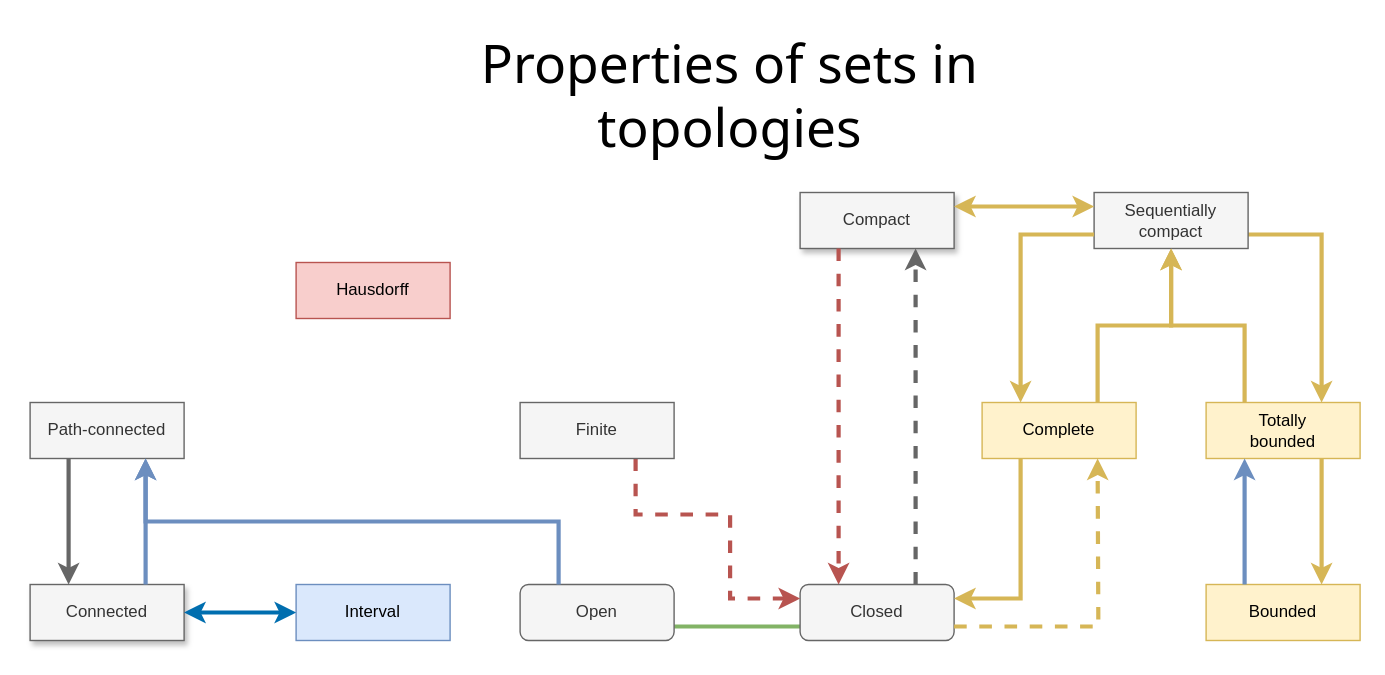
This is Properties of sets in topologies.drawio from ZackNoyes/topology, a draw.io file, before an edit. Source tidied: cells renumbered, new cells numbered last; positions are measured from the earlier drawing's top-left corner, leaving out a move shared by most shapes. Both pictures are drawn from the tidied source at 140%, with x=0, y=0 at pixel (29, 24).
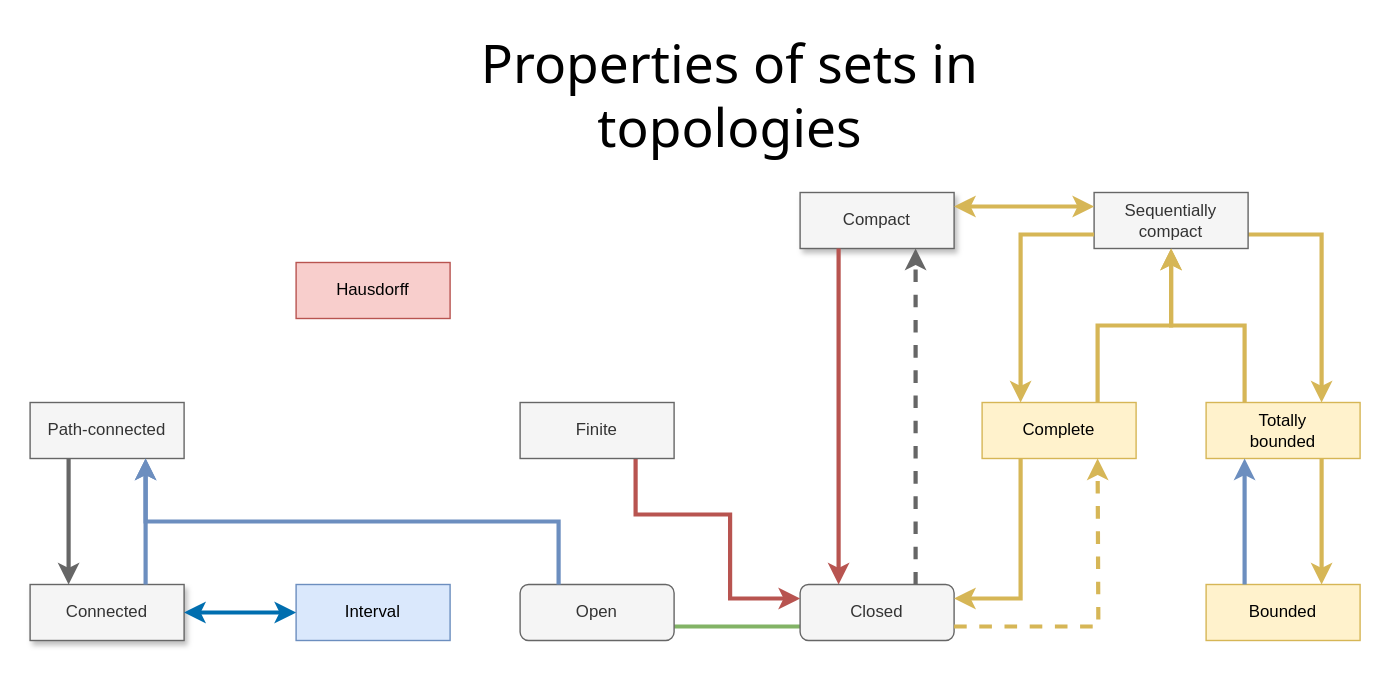
After the change.

Unchanged cells that the change refers to:
```xml
<mxCell id="5" value="Closed" style="rounded=1;whiteSpace=wrap;html=1;fillColor=#f5f5f5;fontColor=#333333;strokeColor=#666666;" parent="1" vertex="1">
  <mxGeometry x="550" y="400" width="110" height="40" as="geometry" />
</mxCell>
<mxCell id="11" value="Compact" style="rounded=0;whiteSpace=wrap;html=1;fillColor=#f5f5f5;fontColor=#333333;strokeColor=#666666;shadow=1;" parent="1" vertex="1">
  <mxGeometry x="550" y="120" width="110" height="40" as="geometry" />
</mxCell>
<mxCell id="22" value="Finite" style="rounded=0;whiteSpace=wrap;html=1;fillColor=#f5f5f5;fontColor=#333333;strokeColor=#666666;" parent="1" vertex="1">
  <mxGeometry x="350" y="270" width="110" height="40" as="geometry" />
</mxCell>
```

Change to the diagram source:
```diff
@@
-    <mxCell id="21" style="edgeStyle=orthogonalEdgeStyle;rounded=0;jettySize=auto;html=1;exitX=0.75;exitY=1;exitDx=0;exitDy=0;entryX=0;entryY=0.25;entryDx=0;entryDy=0;dashed=1;fontSize=11;startArrow=none;startFill=0;endArrow=classic;endFill=1;strokeWidth=3;fillColor=#f8cecc;strokeColor=#b85450;" parent="1" edge="1" source="22" target="5">
+    <mxCell id="21" style="edgeStyle=orthogonalEdgeStyle;rounded=0;jettySize=auto;html=1;exitX=0.75;exitY=1;exitDx=0;exitDy=0;entryX=0;entryY=0.25;entryDx=0;entryDy=0;fontSize=11;startArrow=none;startFill=0;endArrow=classic;endFill=1;strokeWidth=3;fillColor=#f8cecc;strokeColor=#b85450;" parent="1" edge="1" source="22" target="5">
       <mxGeometry relative="1" as="geometry">
         <Array as="points">
           <mxPoint x="433" y="350" />
           <mxPoint x="500" y="350" />
           <mxPoint x="500" y="410" />
         </Array>
       </mxGeometry>
     </mxCell>
@@
-    <mxCell id="24" style="edgeStyle=orthogonalEdgeStyle;rounded=0;jettySize=auto;html=1;exitX=0.25;exitY=1;exitDx=0;exitDy=0;entryX=0.25;entryY=0;entryDx=0;entryDy=0;dashed=1;fontSize=11;startArrow=none;startFill=0;endArrow=classic;endFill=1;strokeWidth=3;fillColor=#f8cecc;strokeColor=#b85450;" parent="1" edge="1" source="11" target="5">
+    <mxCell id="24" style="edgeStyle=orthogonalEdgeStyle;rounded=0;jettySize=auto;html=1;exitX=0.25;exitY=1;exitDx=0;exitDy=0;entryX=0.25;entryY=0;entryDx=0;entryDy=0;fontSize=11;startArrow=none;startFill=0;endArrow=classic;endFill=1;strokeWidth=3;fillColor=#f8cecc;strokeColor=#b85450;" parent="1" edge="1" source="11" target="5">
       <mxGeometry relative="1" as="geometry" />
     </mxCell>
```
